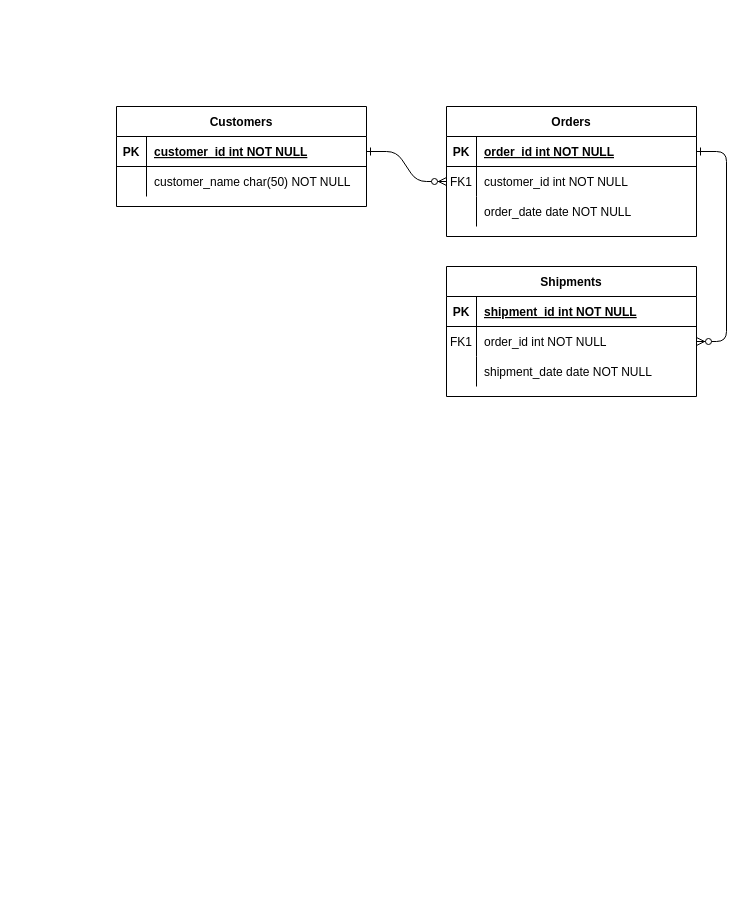
tomyivan/diagramas-DB keeps this draw.io diagram as Diagrama sin título.drawio. Above is the earlier version. Source tidied: cells renumbered, new cells numbered last; positions are measured from the earlier drawing's top-left corner, leaving out a move shared by most shapes. Both pictures are drawn from the tidied source at 100%, with x=0, y=0 at pixel (116, 106).
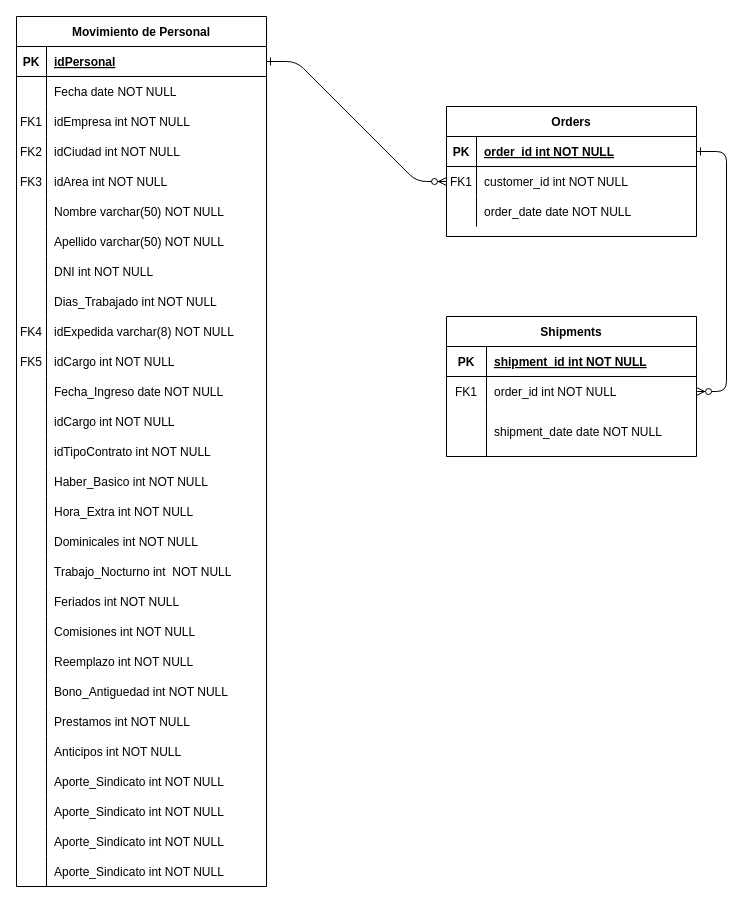
The same diagram, later.

The change refers to these unchanged cells:
```xml
<mxCell id="15" style="shape=partialRectangle;fillColor=none;top=0;left=0;right=0;bottom=1;" parent="14" vertex="1">
  <mxGeometry y="30" width="250" height="30" as="geometry" />
</mxCell>
<mxCell id="18" style="shape=partialRectangle;fillColor=none;points=[[0,0.5],[1,0.5]];portConstraint=eastwest;top=0;left=0;right=0;bottom=0;" parent="14" vertex="1">
  <mxGeometry y="60" width="250" height="30" as="geometry" />
</mxCell>
<mxCell id="25" style="shape=partialRectangle;fillColor=none;points=[[0,0.5],[1,0.5]];portConstraint=eastwest;top=0;left=0;right=0;bottom=1;" parent="24" vertex="1">
  <mxGeometry y="30" width="250" height="30" as="geometry" />
</mxCell>
<mxCell id="28" style="shape=partialRectangle;fillColor=none;top=0;left=0;right=0;bottom=0;" parent="24" vertex="1">
  <mxGeometry y="60" width="250" height="30" as="geometry" />
</mxCell>
```

Change to the diagram source:
```diff
@@
     <mxCell id="14" value="Shipments" style="shape=table;startSize=30;childLayout=tableLayout;rowLines=0;fontStyle=1;align=center;" parent="1" vertex="1">
-      <mxGeometry x="330" y="160" width="250" height="130" as="geometry" />
+      <mxGeometry x="330" y="210" width="250" height="140" as="geometry" />
     </mxCell>
@@
     <mxCell id="16" value="PK" style="shape=partialRectangle;overflow=hidden;fillColor=none;top=0;left=0;bottom=0;right=0;fontStyle=1;" parent="15" vertex="1">
-      <mxGeometry width="30" height="30" as="geometry" />
+      <mxGeometry width="40" height="30" as="geometry" />
     </mxCell>
     <mxCell id="17" value="shipment_id int NOT NULL " style="shape=partialRectangle;overflow=hidden;fillColor=none;top=0;left=0;bottom=0;right=0;align=left;spacingLeft=6;fontStyle=5;" parent="15" vertex="1">
-      <mxGeometry x="30" width="220" height="30" as="geometry" />
+      <mxGeometry x="40" width="210" height="30" as="geometry" />
     </mxCell>
@@
     <mxCell id="19" value="FK1" style="shape=partialRectangle;overflow=hidden;fillColor=none;top=0;left=0;bottom=0;right=0;" parent="18" vertex="1">
-      <mxGeometry width="30" height="30" as="geometry" />
+      <mxGeometry width="40" height="30" as="geometry" />
     </mxCell>
     <mxCell id="20" value="order_id int NOT NULL" style="shape=partialRectangle;overflow=hidden;fillColor=none;top=0;left=0;bottom=0;right=0;align=left;spacingLeft=6;" parent="18" vertex="1">
-      <mxGeometry x="30" width="220" height="30" as="geometry" />
+      <mxGeometry x="40" width="210" height="30" as="geometry" />
     </mxCell>
     <mxCell id="21" style="shape=partialRectangle;fillColor=none;top=0;left=0;right=0;bottom=0;" parent="14" vertex="1">
-      <mxGeometry y="90" width="250" height="30" as="geometry" />
+      <mxGeometry y="90" width="250" height="50" as="geometry" />
     </mxCell>
     <mxCell id="22" style="shape=partialRectangle;overflow=hidden;fillColor=none;top=0;left=0;bottom=0;right=0;" parent="21" vertex="1">
-      <mxGeometry width="30" height="30" as="geometry" />
+      <mxGeometry width="40" height="50" as="geometry" />
     </mxCell>
     <mxCell id="23" value="shipment_date date NOT NULL" style="shape=partialRectangle;overflow=hidden;fillColor=none;top=0;left=0;bottom=0;right=0;align=left;spacingLeft=6;" parent="21" vertex="1">
-      <mxGeometry x="30" width="220" height="30" as="geometry" />
+      <mxGeometry x="40" width="210" height="50" as="geometry" />
     </mxCell>
-    <mxCell id="24" value="Customers" style="shape=table;startSize=30;childLayout=tableLayout;rowLines=0;fontStyle=1;align=center;" parent="1" vertex="1">
-      <mxGeometry width="250" height="100" as="geometry" />
+    <mxCell id="24" value="Movimiento de Personal" style="shape=table;startSize=30;childLayout=tableLayout;rowLines=0;fontStyle=1;align=center;" parent="1" vertex="1">
+      <mxGeometry x="-100" y="-90" width="250" height="870" as="geometry" />
     </mxCell>
@@
-    <mxCell id="27" value="customer_id int NOT NULL " style="shape=partialRectangle;overflow=hidden;fillColor=none;top=0;left=0;bottom=0;right=0;align=left;spacingLeft=6;fontStyle=5;" parent="25" vertex="1">
+    <mxCell id="27" value="idPersonal" style="shape=partialRectangle;overflow=hidden;fillColor=none;top=0;left=0;bottom=0;right=0;align=left;spacingLeft=6;fontStyle=5;" parent="25" vertex="1">
       <mxGeometry x="30" width="220" height="30" as="geometry" />
     </mxCell>
@@
-    <mxCell id="30" value="customer_name char(50) NOT NULL" style="shape=partialRectangle;overflow=hidden;fillColor=none;top=0;left=0;bottom=0;right=0;align=left;spacingLeft=6;" parent="28" vertex="1">
+    <mxCell id="30" value="Fecha date NOT NULL" style="shape=partialRectangle;overflow=hidden;fillColor=none;top=0;left=0;bottom=0;right=0;align=left;spacingLeft=6;" parent="28" vertex="1">
       <mxGeometry x="30" width="220" height="30" as="geometry" />
     </mxCell>
+    <mxCell id="31" style="shape=partialRectangle;fillColor=none;top=0;left=0;right=0;bottom=0;" parent="24" vertex="1">
+      <mxGeometry y="90" width="250" height="30" as="geometry" />
+    </mxCell>
+    <mxCell id="32" value="FK1" style="shape=partialRectangle;overflow=hidden;fillColor=none;top=0;left=0;bottom=0;right=0;" parent="31" vertex="1">
+      <mxGeometry width="30" height="30" as="geometry" />
+    </mxCell>
+    <mxCell id="33" value="idEmpresa int NOT NULL" style="shape=partialRectangle;overflow=hidden;fillColor=none;top=0;left=0;bottom=0;right=0;align=left;spacingLeft=6;" parent="31" vertex="1">
+      <mxGeometry x="30" width="220" height="30" as="geometry" />
+    </mxCell>
+    <mxCell id="34" style="shape=partialRectangle;fillColor=none;top=0;left=0;right=0;bottom=0;" parent="24" vertex="1">
+      <mxGeometry y="120" width="250" height="30" as="geometry" />
+    </mxCell>
+    <mxCell id="35" value="FK2" style="shape=partialRectangle;overflow=hidden;fillColor=none;top=0;left=0;bottom=0;right=0;" parent="34" vertex="1">
+      <mxGeometry width="30" height="30" as="geometry" />
+    </mxCell>
+    <mxCell id="36" value="idCiudad int NOT NULL" style="shape=partialRectangle;overflow=hidden;fillColor=none;top=0;left=0;bottom=0;right=0;align=left;spacingLeft=6;" parent="34" vertex="1">
+      <mxGeometry x="30" width="220" height="30" as="geometry" />
+    </mxCell>
+    <mxCell id="37" style="shape=partialRectangle;fillColor=none;top=0;left=0;right=0;bottom=0;" parent="24" vertex="1">
+      <mxGeometry y="150" width="250" height="30" as="geometry" />
+    </mxCell>
+    <mxCell id="38" value="FK3" style="shape=partialRectangle;overflow=hidden;fillColor=none;top=0;left=0;bottom=0;right=0;" parent="37" vertex="1">
+      <mxGeometry width="30" height="30" as="geometry" />
+    </mxCell>
+    <mxCell id="39" value="idArea int NOT NULL" style="shape=partialRectangle;overflow=hidden;fillColor=none;top=0;left=0;bottom=0;right=0;align=left;spacingLeft=6;" parent="37" vertex="1">
+      <mxGeometry x="30" width="220" height="30" as="geometry" />
+    </mxCell>
+    <mxCell id="40" style="shape=partialRectangle;fillColor=none;top=0;left=0;right=0;bottom=0;" parent="24" vertex="1">
+      <mxGeometry y="180" width="250" height="30" as="geometry" />
+    </mxCell>
+    <mxCell id="41" style="shape=partialRectangle;overflow=hidden;fillColor=none;top=0;left=0;bottom=0;right=0;" parent="40" vertex="1">
+      <mxGeometry width="30" height="30" as="geometry" />
+    </mxCell>
+    <mxCell id="42" value="Nombre varchar(50) NOT NULL" style="shape=partialRectangle;overflow=hidden;fillColor=none;top=0;left=0;bottom=0;right=0;align=left;spacingLeft=6;" parent="40" vertex="1">
+      <mxGeometry x="30" width="220" height="30" as="geometry" />
+    </mxCell>
+    <mxCell id="43" style="shape=partialRectangle;fillColor=none;top=0;left=0;right=0;bottom=0;" parent="24" vertex="1">
+      <mxGeometry y="210" width="250" height="30" as="geometry" />
+    </mxCell>
+    <mxCell id="44" style="shape=partialRectangle;overflow=hidden;fillColor=none;top=0;left=0;bottom=0;right=0;" parent="43" vertex="1">
+      <mxGeometry width="30" height="30" as="geometry" />
+    </mxCell>
+    <mxCell id="45" value="Apellido varchar(50) NOT NULL" style="shape=partialRectangle;overflow=hidden;fillColor=none;top=0;left=0;bottom=0;right=0;align=left;spacingLeft=6;" parent="43" vertex="1">
+      <mxGeometry x="30" width="220" height="30" as="geometry" />
+    </mxCell>
+    <mxCell id="46" style="shape=partialRectangle;fillColor=none;top=0;left=0;right=0;bottom=0;" parent="24" vertex="1">
+      <mxGeometry y="240" width="250" height="30" as="geometry" />
+    </mxCell>
+    <mxCell id="47" style="shape=partialRectangle;overflow=hidden;fillColor=none;top=0;left=0;bottom=0;right=0;" parent="46" vertex="1">
+      <mxGeometry width="30" height="30" as="geometry" />
+    </mxCell>
+    <mxCell id="48" value="DNI int NOT NULL" style="shape=partialRectangle;overflow=hidden;fillColor=none;top=0;left=0;bottom=0;right=0;align=left;spacingLeft=6;" parent="46" vertex="1">
+      <mxGeometry x="30" width="220" height="30" as="geometry" />
+    </mxCell>
+    <mxCell id="49" style="shape=partialRectangle;fillColor=none;top=0;left=0;right=0;bottom=0;" parent="24" vertex="1">
+      <mxGeometry y="270" width="250" height="30" as="geometry" />
+    </mxCell>
+    <mxCell id="50" style="shape=partialRectangle;overflow=hidden;fillColor=none;top=0;left=0;bottom=0;right=0;" parent="49" vertex="1">
+      <mxGeometry width="30" height="30" as="geometry" />
+    </mxCell>
+    <mxCell id="51" value="Dias_Trabajado int NOT NULL" style="shape=partialRectangle;overflow=hidden;fillColor=none;top=0;left=0;bottom=0;right=0;align=left;spacingLeft=6;" parent="49" vertex="1">
+      <mxGeometry x="30" width="220" height="30" as="geometry" />
+    </mxCell>
+    <mxCell id="52" style="shape=partialRectangle;fillColor=none;top=0;left=0;right=0;bottom=0;" parent="24" vertex="1">
+      <mxGeometry y="300" width="250" height="30" as="geometry" />
+    </mxCell>
+    <mxCell id="53" value="FK4" style="shape=partialRectangle;overflow=hidden;fillColor=none;top=0;left=0;bottom=0;right=0;" parent="52" vertex="1">
+      <mxGeometry width="30" height="30" as="geometry" />
+    </mxCell>
+    <mxCell id="54" value="idExpedida varchar(8) NOT NULL" style="shape=partialRectangle;overflow=hidden;fillColor=none;top=0;left=0;bottom=0;right=0;align=left;spacingLeft=6;" parent="52" vertex="1">
+      <mxGeometry x="30" width="220" height="30" as="geometry" />
+    </mxCell>
+    <mxCell id="55" style="shape=partialRectangle;fillColor=none;top=0;left=0;right=0;bottom=0;" parent="24" vertex="1">
+      <mxGeometry y="330" width="250" height="30" as="geometry" />
+    </mxCell>
+    <mxCell id="56" value="FK5" style="shape=partialRectangle;overflow=hidden;fillColor=none;top=0;left=0;bottom=0;right=0;" parent="55" vertex="1">
+      <mxGeometry width="30" height="30" as="geometry" />
+    </mxCell>
+    <mxCell id="57" value="idCargo int NOT NULL" style="shape=partialRectangle;overflow=hidden;fillColor=none;top=0;left=0;bottom=0;right=0;align=left;spacingLeft=6;" parent="55" vertex="1">
+      <mxGeometry x="30" width="220" height="30" as="geometry" />
+    </mxCell>
+    <mxCell id="58" style="shape=partialRectangle;fillColor=none;top=0;left=0;right=0;bottom=0;" parent="24" vertex="1">
+      <mxGeometry y="360" width="250" height="30" as="geometry" />
+    </mxCell>
+    <mxCell id="59" style="shape=partialRectangle;overflow=hidden;fillColor=none;top=0;left=0;bottom=0;right=0;" parent="58" vertex="1">
+      <mxGeometry width="30" height="30" as="geometry" />
+    </mxCell>
+    <mxCell id="60" value="Fecha_Ingreso date NOT NULL" style="shape=partialRectangle;overflow=hidden;fillColor=none;top=0;left=0;bottom=0;right=0;align=left;spacingLeft=6;" parent="58" vertex="1">
+      <mxGeometry x="30" width="220" height="30" as="geometry" />
+    </mxCell>
+    <mxCell id="61" style="shape=partialRectangle;fillColor=none;top=0;left=0;right=0;bottom=0;" parent="24" vertex="1">
+      <mxGeometry y="390" width="250" height="30" as="geometry" />
+    </mxCell>
+    <mxCell id="62" style="shape=partialRectangle;overflow=hidden;fillColor=none;top=0;left=0;bottom=0;right=0;" parent="61" vertex="1">
+      <mxGeometry width="30" height="30" as="geometry" />
+    </mxCell>
+    <mxCell id="63" value="idCargo int NOT NULL" style="shape=partialRectangle;overflow=hidden;fillColor=none;top=0;left=0;bottom=0;right=0;align=left;spacingLeft=6;" parent="61" vertex="1">
+      <mxGeometry x="30" width="220" height="30" as="geometry" />
+    </mxCell>
+    <mxCell id="64" style="shape=partialRectangle;fillColor=none;top=0;left=0;right=0;bottom=0;" parent="24" vertex="1">
+      <mxGeometry y="420" width="250" height="30" as="geometry" />
+    </mxCell>
+    <mxCell id="65" style="shape=partialRectangle;overflow=hidden;fillColor=none;top=0;left=0;bottom=0;right=0;" parent="64" vertex="1">
+      <mxGeometry width="30" height="30" as="geometry" />
+    </mxCell>
+    <mxCell id="66" value="idTipoContrato int NOT NULL" style="shape=partialRectangle;overflow=hidden;fillColor=none;top=0;left=0;bottom=0;right=0;align=left;spacingLeft=6;" parent="64" vertex="1">
+      <mxGeometry x="30" width="220" height="30" as="geometry" />
+    </mxCell>
+    <mxCell id="67" style="shape=partialRectangle;fillColor=none;top=0;left=0;right=0;bottom=0;" parent="24" vertex="1">
+      <mxGeometry y="450" width="250" height="30" as="geometry" />
+    </mxCell>
+    <mxCell id="68" style="shape=partialRectangle;overflow=hidden;fillColor=none;top=0;left=0;bottom=0;right=0;" parent="67" vertex="1">
+      <mxGeometry width="30" height="30" as="geometry" />
+    </mxCell>
+    <mxCell id="69" value="Haber_Basico int NOT NULL" style="shape=partialRectangle;overflow=hidden;fillColor=none;top=0;left=0;bottom=0;right=0;align=left;spacingLeft=6;" parent="67" vertex="1">
+      <mxGeometry x="30" width="220" height="30" as="geometry" />
+    </mxCell>
+    <mxCell id="70" style="shape=partialRectangle;fillColor=none;top=0;left=0;right=0;bottom=0;" parent="24" vertex="1">
+      <mxGeometry y="480" width="250" height="30" as="geometry" />
+    </mxCell>
+    <mxCell id="71" style="shape=partialRectangle;overflow=hidden;fillColor=none;top=0;left=0;bottom=0;right=0;" parent="70" vertex="1">
+      <mxGeometry width="30" height="30" as="geometry" />
+    </mxCell>
+    <mxCell id="72" value="Hora_Extra int NOT NULL" style="shape=partialRectangle;overflow=hidden;fillColor=none;top=0;left=0;bottom=0;right=0;align=left;spacingLeft=6;" parent="70" vertex="1">
+      <mxGeometry x="30" width="220" height="30" as="geometry" />
+    </mxCell>
+    <mxCell id="73" style="shape=partialRectangle;fillColor=none;top=0;left=0;right=0;bottom=0;" parent="24" vertex="1">
+      <mxGeometry y="510" width="250" height="30" as="geometry" />
+    </mxCell>
+    <mxCell id="74" style="shape=partialRectangle;overflow=hidden;fillColor=none;top=0;left=0;bottom=0;right=0;" parent="73" vertex="1">
+      <mxGeometry width="30" height="30" as="geometry" />
+    </mxCell>
+    <mxCell id="75" value="Dominicales int NOT NULL" style="shape=partialRectangle;overflow=hidden;fillColor=none;top=0;left=0;bottom=0;right=0;align=left;spacingLeft=6;" parent="73" vertex="1">
+      <mxGeometry x="30" width="220" height="30" as="geometry" />
+    </mxCell>
+    <mxCell id="76" style="shape=partialRectangle;fillColor=none;top=0;left=0;right=0;bottom=0;" parent="24" vertex="1">
+      <mxGeometry y="540" width="250" height="30" as="geometry" />
+    </mxCell>
+    <mxCell id="77" style="shape=partialRectangle;overflow=hidden;fillColor=none;top=0;left=0;bottom=0;right=0;" parent="76" vertex="1">
+      <mxGeometry width="30" height="30" as="geometry" />
+    </mxCell>
+    <mxCell id="78" value="Trabajo_Nocturno int  NOT NULL" style="shape=partialRectangle;overflow=hidden;fillColor=none;top=0;left=0;bottom=0;right=0;align=left;spacingLeft=6;" parent="76" vertex="1">
+      <mxGeometry x="30" width="220" height="30" as="geometry" />
+    </mxCell>
+    <mxCell id="79" style="shape=partialRectangle;fillColor=none;top=0;left=0;right=0;bottom=0;" parent="24" vertex="1">
+      <mxGeometry y="570" width="250" height="30" as="geometry" />
+    </mxCell>
+    <mxCell id="80" style="shape=partialRectangle;overflow=hidden;fillColor=none;top=0;left=0;bottom=0;right=0;" parent="79" vertex="1">
+      <mxGeometry width="30" height="30" as="geometry" />
+    </mxCell>
+    <mxCell id="81" value="Feriados int NOT NULL" style="shape=partialRectangle;overflow=hidden;fillColor=none;top=0;left=0;bottom=0;right=0;align=left;spacingLeft=6;" parent="79" vertex="1">
+      <mxGeometry x="30" width="220" height="30" as="geometry" />
+    </mxCell>
+    <mxCell id="82" style="shape=partialRectangle;fillColor=none;top=0;left=0;right=0;bottom=0;" parent="24" vertex="1">
+      <mxGeometry y="600" width="250" height="30" as="geometry" />
+    </mxCell>
+    <mxCell id="83" style="shape=partialRectangle;overflow=hidden;fillColor=none;top=0;left=0;bottom=0;right=0;" parent="82" vertex="1">
+      <mxGeometry width="30" height="30" as="geometry" />
+    </mxCell>
+    <mxCell id="84" value="Comisiones int NOT NULL" style="shape=partialRectangle;overflow=hidden;fillColor=none;top=0;left=0;bottom=0;right=0;align=left;spacingLeft=6;" parent="82" vertex="1">
+      <mxGeometry x="30" width="220" height="30" as="geometry" />
+    </mxCell>
+    <mxCell id="85" style="shape=partialRectangle;fillColor=none;top=0;left=0;right=0;bottom=0;" parent="24" vertex="1">
+      <mxGeometry y="630" width="250" height="30" as="geometry" />
+    </mxCell>
+    <mxCell id="86" style="shape=partialRectangle;overflow=hidden;fillColor=none;top=0;left=0;bottom=0;right=0;" parent="85" vertex="1">
+      <mxGeometry width="30" height="30" as="geometry" />
+    </mxCell>
+    <mxCell id="87" value="Reemplazo int NOT NULL" style="shape=partialRectangle;overflow=hidden;fillColor=none;top=0;left=0;bottom=0;right=0;align=left;spacingLeft=6;" parent="85" vertex="1">
+      <mxGeometry x="30" width="220" height="30" as="geometry" />
+    </mxCell>
+    <mxCell id="88" style="shape=partialRectangle;fillColor=none;top=0;left=0;right=0;bottom=0;" parent="24" vertex="1">
+      <mxGeometry y="660" width="250" height="30" as="geometry" />
+    </mxCell>
+    <mxCell id="89" style="shape=partialRectangle;overflow=hidden;fillColor=none;top=0;left=0;bottom=0;right=0;" parent="88" vertex="1">
+      <mxGeometry width="30" height="30" as="geometry" />
+    </mxCell>
+    <mxCell id="90" value="Bono_Antiguedad int NOT NULL" style="shape=partialRectangle;overflow=hidden;fillColor=none;top=0;left=0;bottom=0;right=0;align=left;spacingLeft=6;" parent="88" vertex="1">
+      <mxGeometry x="30" width="220" height="30" as="geometry" />
+    </mxCell>
+    <mxCell id="91" style="shape=partialRectangle;fillColor=none;top=0;left=0;right=0;bottom=0;" parent="24" vertex="1">
+      <mxGeometry y="690" width="250" height="30" as="geometry" />
+    </mxCell>
+    <mxCell id="92" style="shape=partialRectangle;overflow=hidden;fillColor=none;top=0;left=0;bottom=0;right=0;" parent="91" vertex="1">
+      <mxGeometry width="30" height="30" as="geometry" />
+    </mxCell>
+    <mxCell id="93" value="Prestamos int NOT NULL" style="shape=partialRectangle;overflow=hidden;fillColor=none;top=0;left=0;bottom=0;right=0;align=left;spacingLeft=6;" parent="91" vertex="1">
+      <mxGeometry x="30" width="220" height="30" as="geometry" />
+    </mxCell>
+    <mxCell id="94" style="shape=partialRectangle;fillColor=none;top=0;left=0;right=0;bottom=0;" parent="24" vertex="1">
+      <mxGeometry y="720" width="250" height="30" as="geometry" />
+    </mxCell>
+    <mxCell id="95" style="shape=partialRectangle;overflow=hidden;fillColor=none;top=0;left=0;bottom=0;right=0;" parent="94" vertex="1">
+      <mxGeometry width="30" height="30" as="geometry" />
+    </mxCell>
+    <mxCell id="96" value="Anticipos int NOT NULL" style="shape=partialRectangle;overflow=hidden;fillColor=none;top=0;left=0;bottom=0;right=0;align=left;spacingLeft=6;" parent="94" vertex="1">
+      <mxGeometry x="30" width="220" height="30" as="geometry" />
+    </mxCell>
+    <mxCell id="97" style="shape=partialRectangle;fillColor=none;top=0;left=0;right=0;bottom=0;" parent="24" vertex="1">
+      <mxGeometry y="750" width="250" height="30" as="geometry" />
+    </mxCell>
+    <mxCell id="98" style="shape=partialRectangle;overflow=hidden;fillColor=none;top=0;left=0;bottom=0;right=0;" parent="97" vertex="1">
+      <mxGeometry width="30" height="30" as="geometry" />
+    </mxCell>
+    <mxCell id="99" value="Aporte_Sindicato int NOT NULL" style="shape=partialRectangle;overflow=hidden;fillColor=none;top=0;left=0;bottom=0;right=0;align=left;spacingLeft=6;" parent="97" vertex="1">
+      <mxGeometry x="30" width="220" height="30" as="geometry" />
+    </mxCell>
+    <mxCell id="100" style="shape=partialRectangle;fillColor=none;top=0;left=0;right=0;bottom=0;" parent="24" vertex="1">
+      <mxGeometry y="780" width="250" height="30" as="geometry" />
+    </mxCell>
+    <mxCell id="101" style="shape=partialRectangle;overflow=hidden;fillColor=none;top=0;left=0;bottom=0;right=0;" parent="100" vertex="1">
+      <mxGeometry width="30" height="30" as="geometry" />
+    </mxCell>
+    <mxCell id="102" value="Aporte_Sindicato int NOT NULL" style="shape=partialRectangle;overflow=hidden;fillColor=none;top=0;left=0;bottom=0;right=0;align=left;spacingLeft=6;" parent="100" vertex="1">
+      <mxGeometry x="30" width="220" height="30" as="geometry" />
+    </mxCell>
+    <mxCell id="103" style="shape=partialRectangle;fillColor=none;top=0;left=0;right=0;bottom=0;" parent="24" vertex="1">
+      <mxGeometry y="810" width="250" height="30" as="geometry" />
+    </mxCell>
+    <mxCell id="104" style="shape=partialRectangle;overflow=hidden;fillColor=none;top=0;left=0;bottom=0;right=0;" parent="103" vertex="1">
+      <mxGeometry width="30" height="30" as="geometry" />
+    </mxCell>
+    <mxCell id="105" value="Aporte_Sindicato int NOT NULL" style="shape=partialRectangle;overflow=hidden;fillColor=none;top=0;left=0;bottom=0;right=0;align=left;spacingLeft=6;" parent="103" vertex="1">
+      <mxGeometry x="30" width="220" height="30" as="geometry" />
+    </mxCell>
+    <mxCell id="106" style="shape=partialRectangle;fillColor=none;top=0;left=0;right=0;bottom=0;" parent="24" vertex="1">
+      <mxGeometry y="840" width="250" height="30" as="geometry" />
+    </mxCell>
+    <mxCell id="107" style="shape=partialRectangle;overflow=hidden;fillColor=none;top=0;left=0;bottom=0;right=0;" parent="106" vertex="1">
+      <mxGeometry width="30" height="30" as="geometry" />
+    </mxCell>
+    <mxCell id="108" value="Aporte_Sindicato int NOT NULL" style="shape=partialRectangle;overflow=hidden;fillColor=none;top=0;left=0;bottom=0;right=0;align=left;spacingLeft=6;" parent="106" vertex="1">
+      <mxGeometry x="30" width="220" height="30" as="geometry" />
+    </mxCell>
```
